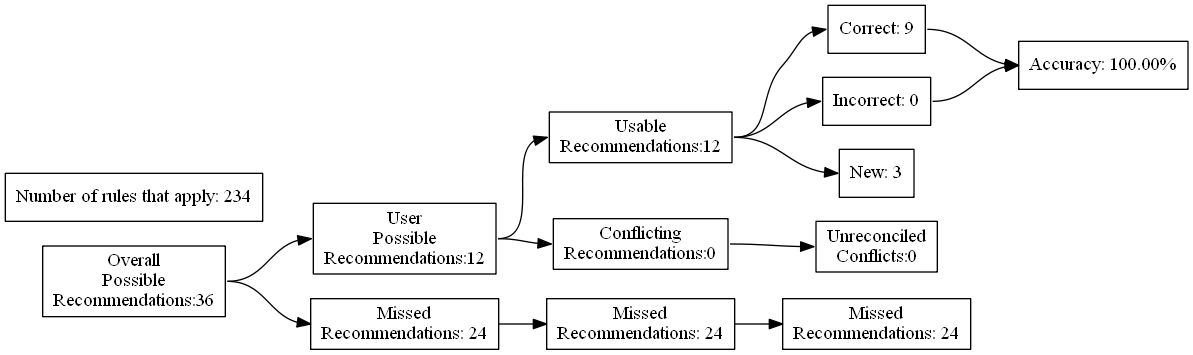
The Graphviz diagram test_renders/27.gv.png in ZaxR/ibd_diet_analysis, before a commit. Its source is kept beside it as test_renders/27.gv.
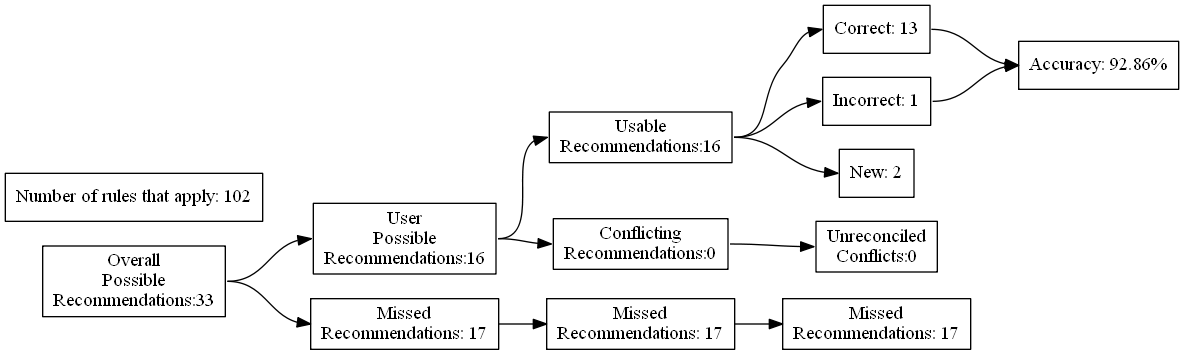
Later version of the same file.

The edit, as a diff of the source:
```diff
@@ -4,27 +4,27 @@
 	edge [headport=w tailport=e]
 		A [label="Overall
 Possible
-Recommendations:36"]
+Recommendations:33"]
 		B [label="User
 Possible
-Recommendations:12"]
+Recommendations:16"]
 		C [label="Missed
-Recommendations: 24"]
+Recommendations: 17"]
 		D [label="Usable
-Recommendations:12"]
+Recommendations:16"]
 		E [label="Conflicting
 Recommendations:0"]
 		J [label="Missed
-Recommendations: 24"]
+Recommendations: 17"]
 		M [label="Unreconciled
 Conflicts:0"]
-		F [label="Correct: 9"]
-		G [label="Incorrect: 0"]
-		H [label="New: 3"]
+		F [label="Correct: 13"]
+		G [label="Incorrect: 1"]
+		H [label="New: 2"]
 		K [label="Missed
-Recommendations: 24"]
-		I [label="Accuracy: 100.00%"]
-		l [label="Number of rules that apply: 234"]
+Recommendations: 17"]
+		I [label="Accuracy: 92.86%"]
+		l [label="Number of rules that apply: 102"]
 			A -> B
 			A -> C
 			B -> D
```
